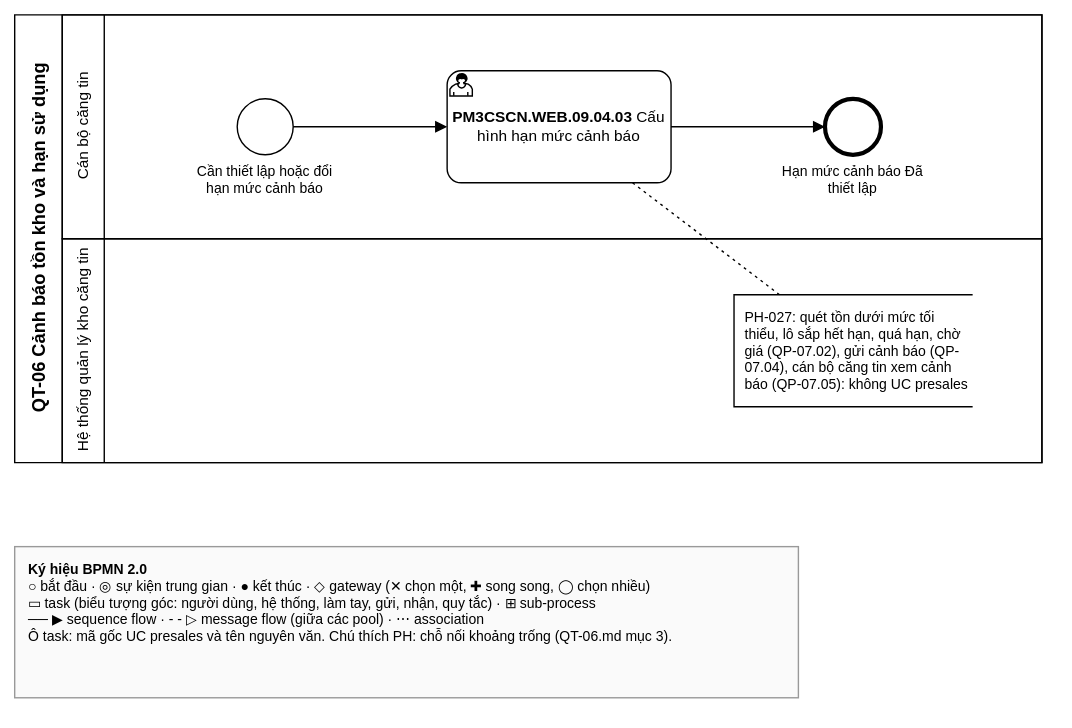
Above: 1-ba-init/0-dau-vao/ban-do-quy-trinh/cap-2/QT-06-canh-bao-ton-kho/QT-06.drawio.svg in phongnq12/StudyPM3 (draw.io), before the change. Source tidied: cells renumbered, new cells last; positions are measured from the earlier drawing's top-left corner, leaving out a move shared by most shapes. The source it was exported from:
```xml
<mxGraphModel>
  <root>
    <mxCell id="0" />
    <mxCell id="1" parent="0" />
    <mxCell id="2" value="QT-06 Cảnh báo tồn kho và hạn sử dụng" style="swimlane;html=1;horizontal=0;startSize=34;fillColor=none;fontSize=13;fontStyle=1;bpmn=pool;" parent="1" vertex="1">
      <mxGeometry width="734" height="320" as="geometry" />
    </mxCell>
    <mxCell id="3" value="Cán bộ căng tin" style="swimlane;html=1;horizontal=0;startSize=30;fillColor=none;fontSize=11;fontStyle=0;bpmn=lane;" parent="2" vertex="1">
      <mxGeometry x="34" width="700" height="160" as="geometry" />
    </mxCell>
    <mxCell id="4" value="Cần thiết lập hoặc đổi hạn mức cảnh báo" style="shape=mxgraph.bpmn.event;html=1;verticalLabelPosition=bottom;verticalAlign=top;align=center;whiteSpace=wrap;perimeter=ellipsePerimeter;outlineConnect=0;fontSize=10;labelWidth=110;outline=standard;symbol=general;bpmn=start:none:;" parent="3" vertex="1">
      <mxGeometry x="125" y="60" width="40" height="40" as="geometry" />
    </mxCell>
    <mxCell id="5" value="&lt;b&gt;PM3CSCN.WEB.09.04.03&lt;/b&gt; Cấu hình hạn mức cảnh báo" style="shape=mxgraph.bpmn.task;whiteSpace=wrap;html=1;rectStyle=rounded;size=10;fontSize=11;verticalAlign=middle;fillColor=#ffffff;strokeColor=#000000;taskMarker=user;bpmn=task:user;" parent="3" vertex="1">
      <mxGeometry x="275" y="40" width="160" height="80" as="geometry" />
    </mxCell>
    <mxCell id="6" value="Hạn mức cảnh báo Đã thiết lập" style="shape=mxgraph.bpmn.event;html=1;verticalLabelPosition=bottom;verticalAlign=top;align=center;whiteSpace=wrap;perimeter=ellipsePerimeter;outlineConnect=0;fontSize=10;labelWidth=110;outline=end;symbol=general;bpmn=end:none:;" parent="3" vertex="1">
      <mxGeometry x="545" y="60" width="40" height="40" as="geometry" />
    </mxCell>
    <mxCell id="7" value="Hệ thống quản lý kho căng tin" style="swimlane;html=1;horizontal=0;startSize=30;fillColor=none;fontSize=11;fontStyle=0;bpmn=lane;" parent="2" vertex="1">
      <mxGeometry x="34" y="160" width="700" height="160" as="geometry" />
    </mxCell>
    <mxCell id="8" value="PH-027: quét tồn dưới mức tối thiểu, lô sắp hết hạn, quá hạn, chờ giá (QP-07.02), gửi cảnh báo (QP-07.04), cán bộ căng tin xem cảnh báo (QP-07.05): không UC presales" style="shape=partialRectangle;html=1;top=1;left=1;bottom=1;right=0;fillColor=none;align=left;verticalAlign=middle;spacingLeft=6;whiteSpace=wrap;fontSize=10;bpmn=note;" parent="7" vertex="1">
      <mxGeometry x="480" y="40" width="170" height="80" as="geometry" />
    </mxCell>
    <mxCell id="9" style="edgeStyle=orthogonalEdgeStyle;rounded=1;html=1;endArrow=block;endFill=1;fontSize=9;labelBackgroundColor=#ffffff;bpmn=seq;" parent="1" edge="1" source="4" target="5">
      <mxGeometry relative="1" as="geometry" />
    </mxCell>
    <mxCell id="10" style="edgeStyle=orthogonalEdgeStyle;rounded=1;html=1;endArrow=block;endFill=1;fontSize=9;labelBackgroundColor=#ffffff;bpmn=seq;" parent="1" edge="1" source="5" target="6">
      <mxGeometry relative="1" as="geometry" />
    </mxCell>
    <mxCell id="11" style="edgeStyle=none;html=1;dashed=1;dashPattern=2 3;endArrow=none;fontSize=9;bpmn=assoc;" parent="1" edge="1" source="8" target="5">
      <mxGeometry relative="1" as="geometry" />
    </mxCell>
    <mxCell id="12" value="&lt;b&gt;Ký hiệu BPMN 2.0&lt;/b&gt;&lt;br&gt;○ bắt đầu · ◎ sự kiện trung gian · ● kết thúc · ◇ gateway (✕ chọn một, ✚ song song, ◯ chọn nhiều)&lt;br&gt;▭ task (biểu tượng góc: người dùng, hệ thống, làm tay, gửi, nhận, quy tắc) · ⊞ sub-process&lt;br&gt;── ▶ sequence flow · - - ▷ message flow (giữa các pool) · ⋯ association&lt;br&gt;Ô task: mã gốc UC presales và tên nguyên văn. Chú thích PH: chỗ nối khoảng trống (QT-06.md mục 3)." style="rounded=0;whiteSpace=wrap;html=1;align=left;verticalAlign=top;spacingLeft=8;spacingTop=4;fontSize=10;fillColor=#fafafa;strokeColor=#999999;bpmn=legend;" parent="1" vertex="1">
      <mxGeometry y="380" width="560" height="108" as="geometry" />
    </mxCell>
  </root>
</mxGraphModel>
```
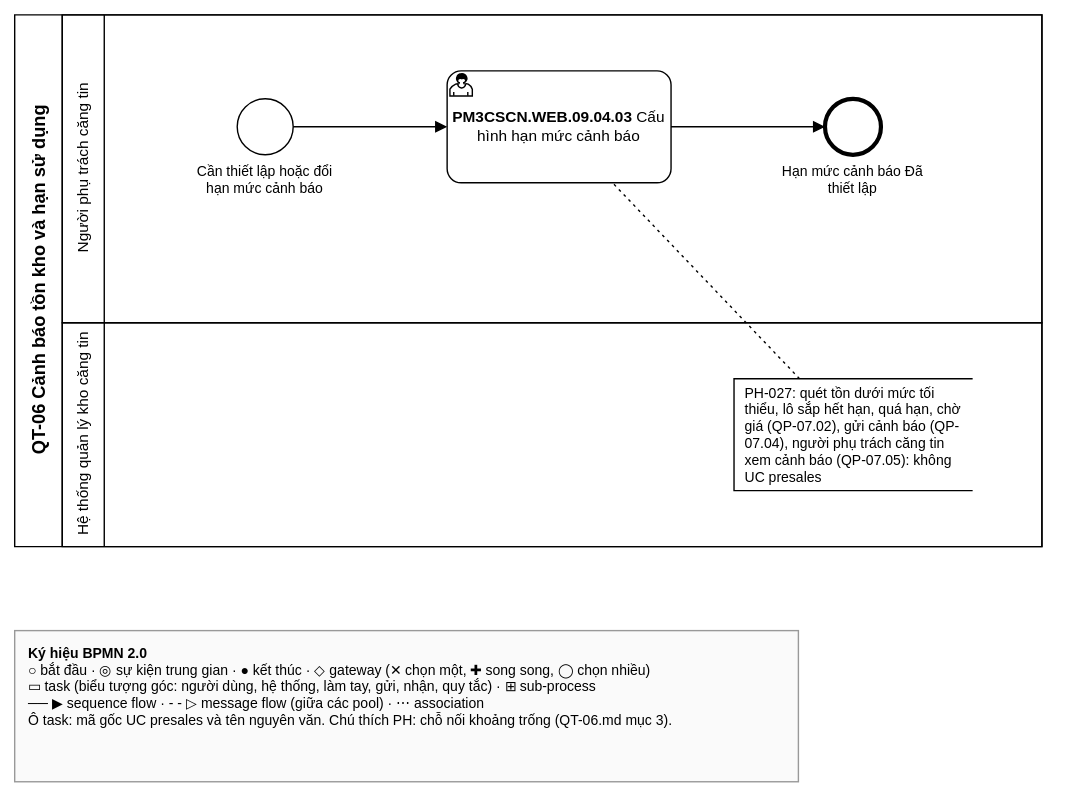
The same file after the commit.

Change to the diagram source:
```diff
@@ -3,10 +3,10 @@
     <mxCell id="0" />
     <mxCell id="1" parent="0" />
     <mxCell id="2" value="QT-06 Cảnh báo tồn kho và hạn sử dụng" style="swimlane;html=1;horizontal=0;startSize=34;fillColor=none;fontSize=13;fontStyle=1;bpmn=pool;" parent="1" vertex="1">
-      <mxGeometry width="734" height="320" as="geometry" />
+      <mxGeometry width="734" height="380" as="geometry" />
     </mxCell>
-    <mxCell id="3" value="Cán bộ căng tin" style="swimlane;html=1;horizontal=0;startSize=30;fillColor=none;fontSize=11;fontStyle=0;bpmn=lane;" parent="2" vertex="1">
-      <mxGeometry x="34" width="700" height="160" as="geometry" />
+    <mxCell id="3" value="Người phụ trách căng tin" style="swimlane;html=1;horizontal=0;startSize=30;fillColor=none;fontSize=11;fontStyle=0;bpmn=lane;" parent="2" vertex="1">
+      <mxGeometry x="34" width="700" height="220" as="geometry" />
     </mxCell>
     <mxCell id="4" value="Cần thiết lập hoặc đổi hạn mức cảnh báo" style="shape=mxgraph.bpmn.event;html=1;verticalLabelPosition=bottom;verticalAlign=top;align=center;whiteSpace=wrap;perimeter=ellipsePerimeter;outlineConnect=0;fontSize=10;labelWidth=110;outline=standard;symbol=general;bpmn=start:none:;" parent="3" vertex="1">
       <mxGeometry x="125" y="60" width="40" height="40" as="geometry" />
@@ -18,9 +18,9 @@
       <mxGeometry x="545" y="60" width="40" height="40" as="geometry" />
     </mxCell>
     <mxCell id="7" value="Hệ thống quản lý kho căng tin" style="swimlane;html=1;horizontal=0;startSize=30;fillColor=none;fontSize=11;fontStyle=0;bpmn=lane;" parent="2" vertex="1">
-      <mxGeometry x="34" y="160" width="700" height="160" as="geometry" />
+      <mxGeometry x="34" y="220" width="700" height="160" as="geometry" />
     </mxCell>
-    <mxCell id="8" value="PH-027: quét tồn dưới mức tối thiểu, lô sắp hết hạn, quá hạn, chờ giá (QP-07.02), gửi cảnh báo (QP-07.04), cán bộ căng tin xem cảnh báo (QP-07.05): không UC presales" style="shape=partialRectangle;html=1;top=1;left=1;bottom=1;right=0;fillColor=none;align=left;verticalAlign=middle;spacingLeft=6;whiteSpace=wrap;fontSize=10;bpmn=note;" parent="7" vertex="1">
+    <mxCell id="8" value="PH-027: quét tồn dưới mức tối thiểu, lô sắp hết hạn, quá hạn, chờ giá (QP-07.02), gửi cảnh báo (QP-07.04), người phụ trách căng tin xem cảnh báo (QP-07.05): không UC presales" style="shape=partialRectangle;html=1;top=1;left=1;bottom=1;right=0;fillColor=none;align=left;verticalAlign=middle;spacingLeft=6;whiteSpace=wrap;fontSize=10;bpmn=note;" parent="7" vertex="1">
       <mxGeometry x="480" y="40" width="170" height="80" as="geometry" />
     </mxCell>
     <mxCell id="9" style="edgeStyle=orthogonalEdgeStyle;rounded=1;html=1;endArrow=block;endFill=1;fontSize=9;labelBackgroundColor=#ffffff;bpmn=seq;" parent="1" edge="1" source="4" target="5">
@@ -33,7 +33,7 @@
       <mxGeometry relative="1" as="geometry" />
     </mxCell>
     <mxCell id="12" value="&lt;b&gt;Ký hiệu BPMN 2.0&lt;/b&gt;&lt;br&gt;○ bắt đầu · ◎ sự kiện trung gian · ● kết thúc · ◇ gateway (✕ chọn một, ✚ song song, ◯ chọn nhiều)&lt;br&gt;▭ task (biểu tượng góc: người dùng, hệ thống, làm tay, gửi, nhận, quy tắc) · ⊞ sub-process&lt;br&gt;── ▶ sequence flow · - - ▷ message flow (giữa các pool) · ⋯ association&lt;br&gt;Ô task: mã gốc UC presales và tên nguyên văn. Chú thích PH: chỗ nối khoảng trống (QT-06.md mục 3)." style="rounded=0;whiteSpace=wrap;html=1;align=left;verticalAlign=top;spacingLeft=8;spacingTop=4;fontSize=10;fillColor=#fafafa;strokeColor=#999999;bpmn=legend;" parent="1" vertex="1">
-      <mxGeometry y="380" width="560" height="108" as="geometry" />
+      <mxGeometry y="440" width="560" height="108" as="geometry" />
     </mxCell>
   </root>
 </mxGraphModel>
```
